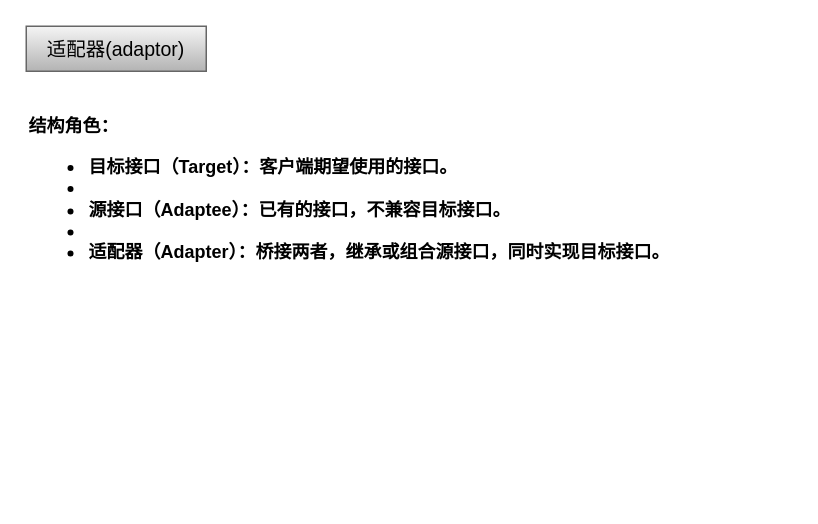
Above: page "结构型-适配器模式" (5 of 5) of design-pattern.drawio in dayangwx/drawio (draw.io), before the change. Source tidied: cells renumbered, new cells numbered last; positions are measured from the earlier drawing's top-left corner, leaving out a move shared by most shapes. Both pictures are drawn from the tidied source at 150%, with x=0, y=0 at pixel (26, 26).
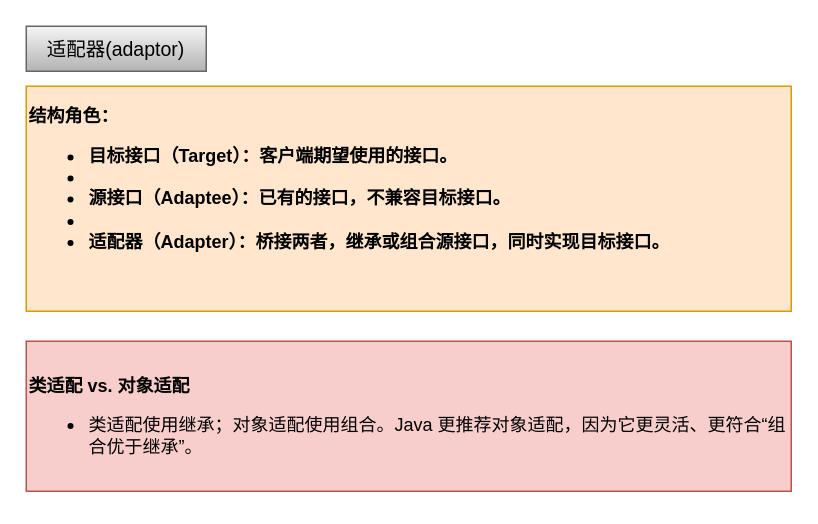
After the change.

Change to the diagram source:
```diff
@@
 <mxGraphModel>
   <root>
     <mxCell id="0" />
     <mxCell id="1" parent="0" />
     <mxCell id="2" value="适配器(adaptor)" style="text;html=1;align=center;verticalAlign=middle;whiteSpace=wrap;rounded=0;fontSize=13;fillColor=#f5f5f5;strokeColor=#666666;gradientColor=#b3b3b3;" parent="1" vertex="1">
       <mxGeometry width="120" height="30" as="geometry" />
     </mxCell>
-    <mxCell id="3" value="&lt;div&gt;&lt;b style=&quot;background-color: transparent; color: light-dark(rgb(0, 0, 0), rgb(255, 255, 255));&quot;&gt;结构角色：&lt;/b&gt;&lt;/div&gt;&lt;div&gt;&lt;ul&gt;&lt;li&gt;&lt;b&gt;目标接口（Target）：客户端期望使用的接口。&lt;/b&gt;&lt;/li&gt;&lt;li&gt;&lt;b style=&quot;background-color: transparent; color: light-dark(rgb(0, 0, 0), rgb(255, 255, 255));&quot;&gt;&lt;br&gt;&lt;/b&gt;&lt;/li&gt;&lt;li&gt;&lt;b style=&quot;background-color: transparent; color: light-dark(rgb(0, 0, 0), rgb(255, 255, 255));&quot;&gt;源接口（Adaptee）：已有的接口，不兼容目标接口。&lt;/b&gt;&lt;/li&gt;&lt;li&gt;&lt;b&gt;&lt;br&gt;&lt;/b&gt;&lt;/li&gt;&lt;li&gt;&lt;b&gt;适配器（Adapter）：桥接两者，继承或组合源接口，同时实现目标接口。&lt;/b&gt;&lt;/li&gt;&lt;/ul&gt;&lt;/div&gt;" style="text;html=1;align=left;verticalAlign=middle;whiteSpace=wrap;rounded=0;" parent="1" vertex="1">
+    <mxCell id="3" value="&lt;div&gt;&lt;b style=&quot;background-color: transparent; color: light-dark(rgb(0, 0, 0), rgb(255, 255, 255));&quot;&gt;结构角色：&lt;/b&gt;&lt;/div&gt;&lt;div&gt;&lt;ul&gt;&lt;li&gt;&lt;b&gt;目标接口（Target）：客户端期望使用的接口。&lt;/b&gt;&lt;/li&gt;&lt;li&gt;&lt;b style=&quot;background-color: transparent; color: light-dark(rgb(0, 0, 0), rgb(255, 255, 255));&quot;&gt;&lt;br&gt;&lt;/b&gt;&lt;/li&gt;&lt;li&gt;&lt;b style=&quot;background-color: transparent; color: light-dark(rgb(0, 0, 0), rgb(255, 255, 255));&quot;&gt;源接口（Adaptee）：已有的接口，不兼容目标接口。&lt;/b&gt;&lt;/li&gt;&lt;li&gt;&lt;b&gt;&lt;br&gt;&lt;/b&gt;&lt;/li&gt;&lt;li&gt;&lt;b&gt;适配器（Adapter）：桥接两者，继承或组合源接口，同时实现目标接口。&lt;br&gt;&lt;br&gt;&lt;/b&gt;&lt;/li&gt;&lt;/ul&gt;&lt;/div&gt;" style="text;html=1;align=left;verticalAlign=middle;whiteSpace=wrap;rounded=0;fillColor=#ffe6cc;strokeColor=#d79b00;" parent="1" vertex="1">
       <mxGeometry y="40" width="510" height="150" as="geometry" />
     </mxCell>
+    <mxCell id="4" value="&lt;br&gt;&lt;p&gt;&lt;span&gt;&lt;strong&gt;类适配 vs. 对象适配&lt;/strong&gt;&lt;/span&gt;&lt;/p&gt;&lt;ul&gt;&lt;li&gt;&lt;p&gt;&lt;span&gt;类适配使用继承；对象适配使用组合。Java 更推荐对象适配，因为它更灵活、更符合“组合优于继承”。&lt;/span&gt;&lt;/p&gt;&lt;/li&gt;&lt;/ul&gt;&lt;div&gt;&lt;br/&gt;&lt;/div&gt;" style="text;html=1;align=left;verticalAlign=middle;whiteSpace=wrap;rounded=0;fillColor=#f8cecc;strokeColor=#b85450;" parent="1" vertex="1">
+      <mxGeometry y="210" width="510" height="100" as="geometry" />
+    </mxCell>
   </root>
 </mxGraphModel>
```
